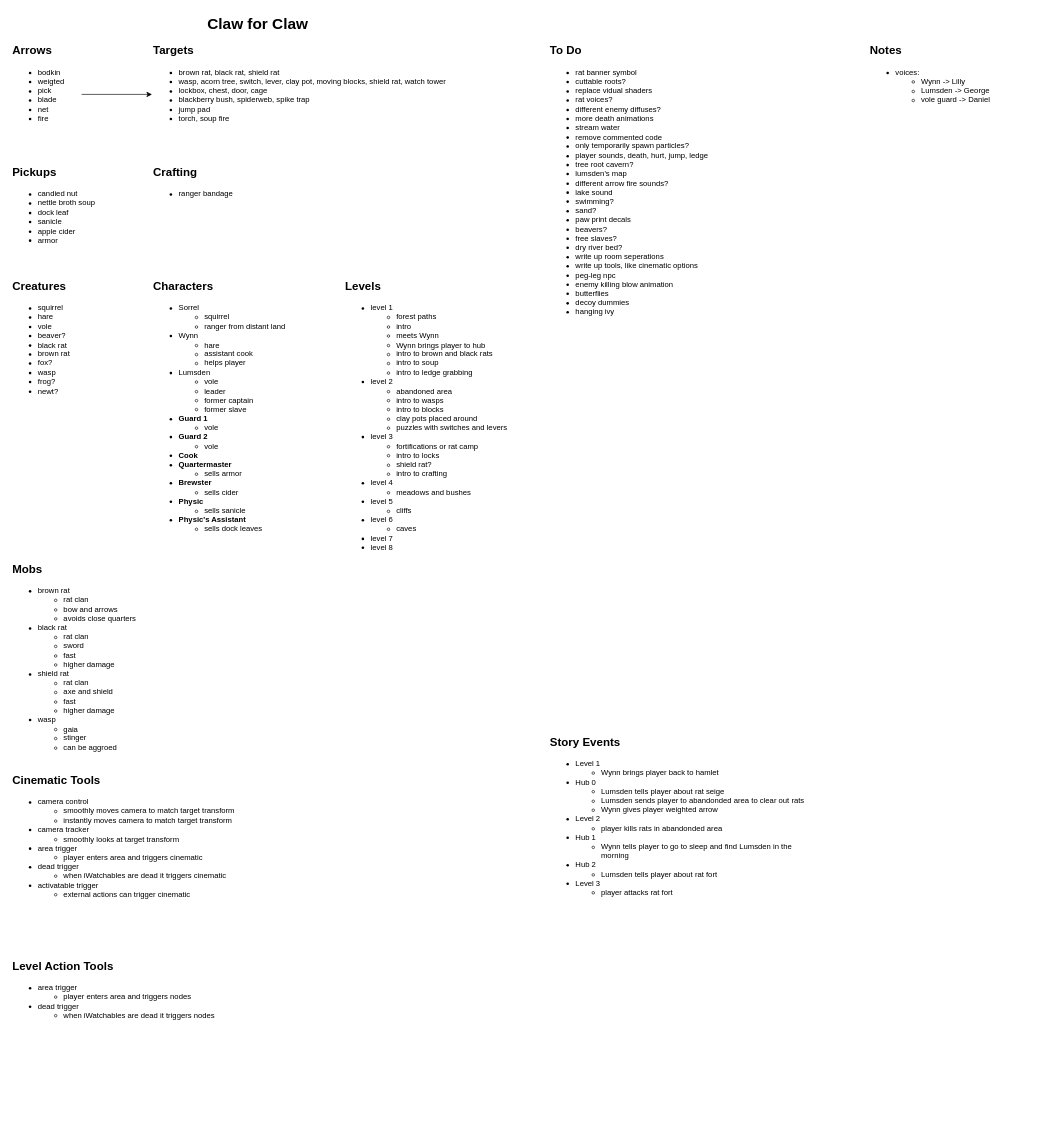
This is Planning/design-doc.drawio from camerondedore/Godot-Project-3, a draw.io file, before an edit. Source tidied: cells renumbered, new cells numbered last; positions are measured from the earlier drawing's top-left corner, leaving out a move shared by most shapes. Both pictures are drawn from the tidied source at 64%, with x=0, y=0 at pixel (11, 11).
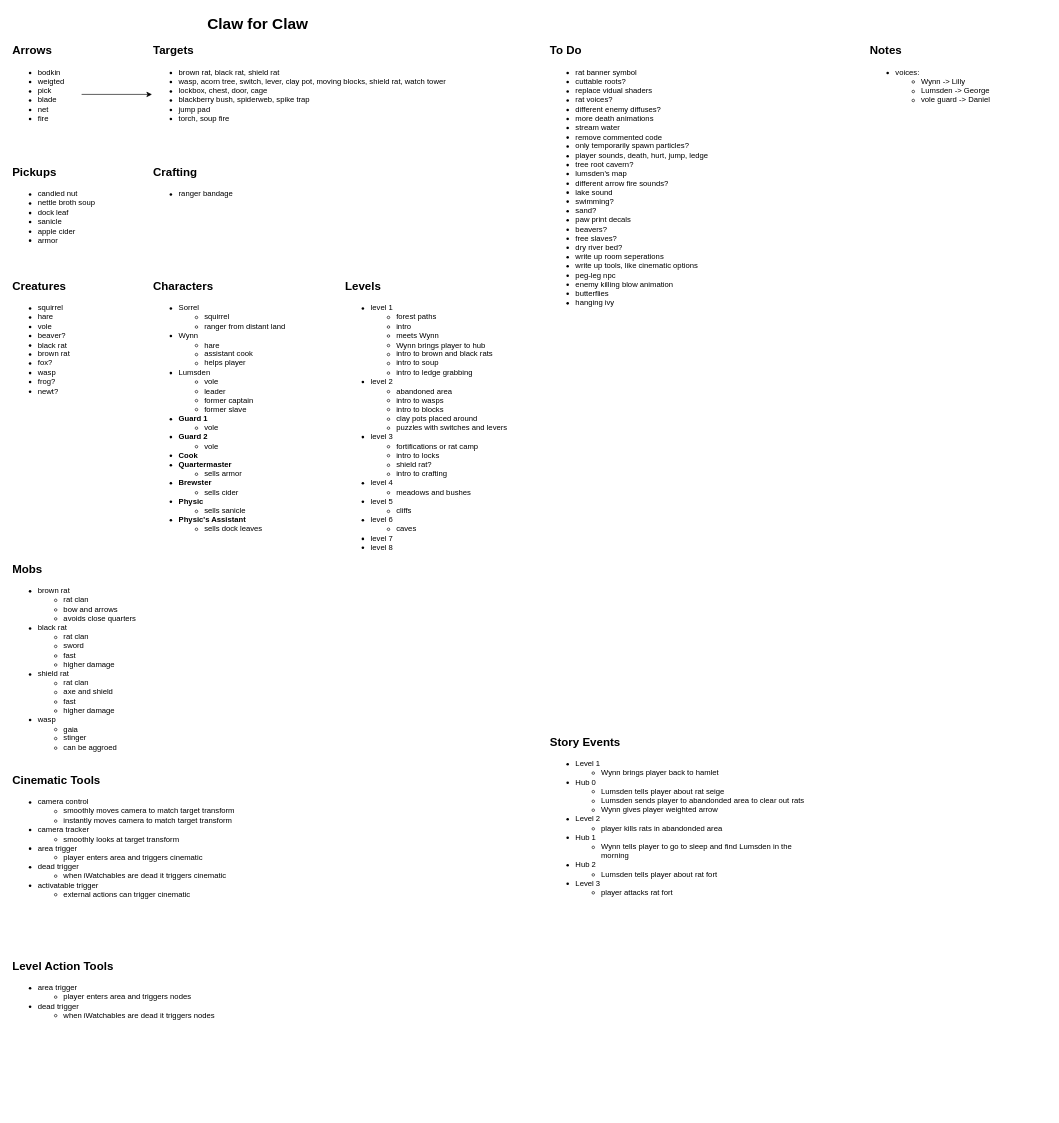
The same page after the edit.

Diff of the diagram source:
```diff
@@
-    <mxCell id="19" value="&lt;ul&gt;&lt;li&gt;rat banner symbol&lt;/li&gt;&lt;li&gt;cuttable roots?&lt;/li&gt;&lt;li&gt;replace vidual shaders&lt;/li&gt;&lt;li&gt;rat voices?&lt;/li&gt;&lt;li&gt;different enemy diffuses?&lt;/li&gt;&lt;li&gt;more death animations&lt;/li&gt;&lt;li&gt;&lt;span style=&quot;background-color: transparent; color: light-dark(rgb(0, 0, 0), rgb(255, 255, 255));&quot;&gt;stream water&lt;/span&gt;&lt;br&gt;&lt;/li&gt;&lt;li&gt;remove commented code&lt;/li&gt;&lt;li&gt;only temporarily spawn particles?&lt;/li&gt;&lt;li&gt;player sounds, death, hurt, jump, ledge&lt;/li&gt;&lt;li&gt;tree root cavern?&lt;/li&gt;&lt;li&gt;lumsden's map&lt;/li&gt;&lt;li&gt;different arrow fire sounds?&lt;/li&gt;&lt;li&gt;lake sound&lt;/li&gt;&lt;li&gt;swimming?&lt;/li&gt;&lt;li&gt;sand?&lt;/li&gt;&lt;li&gt;paw print decals&lt;/li&gt;&lt;li&gt;beavers?&lt;/li&gt;&lt;li&gt;free slaves?&lt;/li&gt;&lt;li&gt;dry river bed?&lt;/li&gt;&lt;li&gt;write up room seperations&lt;/li&gt;&lt;li&gt;write up tools, like cinematic options&lt;/li&gt;&lt;li&gt;peg-leg npc&lt;/li&gt;&lt;li&gt;enemy killing blow animation&lt;/li&gt;&lt;li&gt;butterflies&lt;/li&gt;&lt;li&gt;&lt;span style=&quot;background-color: transparent; color: light-dark(rgb(0, 0, 0), rgb(255, 255, 255));&quot;&gt;decoy dummies&lt;/span&gt;&lt;br&gt;&lt;/li&gt;&lt;li&gt;hanging ivy&lt;/li&gt;&lt;/ul&gt;" style="text;html=1;align=left;verticalAlign=top;whiteSpace=wrap;rounded=0;" parent="1" vertex="1">
+    <mxCell id="19" value="&lt;ul&gt;&lt;li&gt;rat banner symbol&lt;/li&gt;&lt;li&gt;cuttable roots?&lt;/li&gt;&lt;li&gt;replace vidual shaders&lt;/li&gt;&lt;li&gt;rat voices?&lt;/li&gt;&lt;li&gt;different enemy diffuses?&lt;/li&gt;&lt;li&gt;more death animations&lt;/li&gt;&lt;li&gt;&lt;span style=&quot;background-color: transparent; color: light-dark(rgb(0, 0, 0), rgb(255, 255, 255));&quot;&gt;stream water&lt;/span&gt;&lt;br&gt;&lt;/li&gt;&lt;li&gt;remove commented code&lt;/li&gt;&lt;li&gt;only temporarily spawn particles?&lt;/li&gt;&lt;li&gt;player sounds, death, hurt, jump, ledge&lt;/li&gt;&lt;li&gt;tree root cavern?&lt;/li&gt;&lt;li&gt;lumsden's map&lt;/li&gt;&lt;li&gt;different arrow fire sounds?&lt;/li&gt;&lt;li&gt;lake sound&lt;/li&gt;&lt;li&gt;swimming?&lt;/li&gt;&lt;li&gt;sand?&lt;/li&gt;&lt;li&gt;paw print decals&lt;/li&gt;&lt;li&gt;beavers?&lt;/li&gt;&lt;li&gt;free slaves?&lt;/li&gt;&lt;li&gt;dry river bed?&lt;/li&gt;&lt;li&gt;write up room seperations&lt;/li&gt;&lt;li&gt;write up tools, like cinematic options&lt;/li&gt;&lt;li&gt;peg-leg npc&lt;/li&gt;&lt;li&gt;enemy killing blow animation&lt;/li&gt;&lt;li&gt;butterflies&lt;/li&gt;&lt;li&gt;hanging ivy&lt;/li&gt;&lt;/ul&gt;" style="text;html=1;align=left;verticalAlign=top;whiteSpace=wrap;rounded=0;" parent="1" vertex="1">
       <mxGeometry x="840" y="70" width="280" height="440" as="geometry" />
     </mxCell>
```
